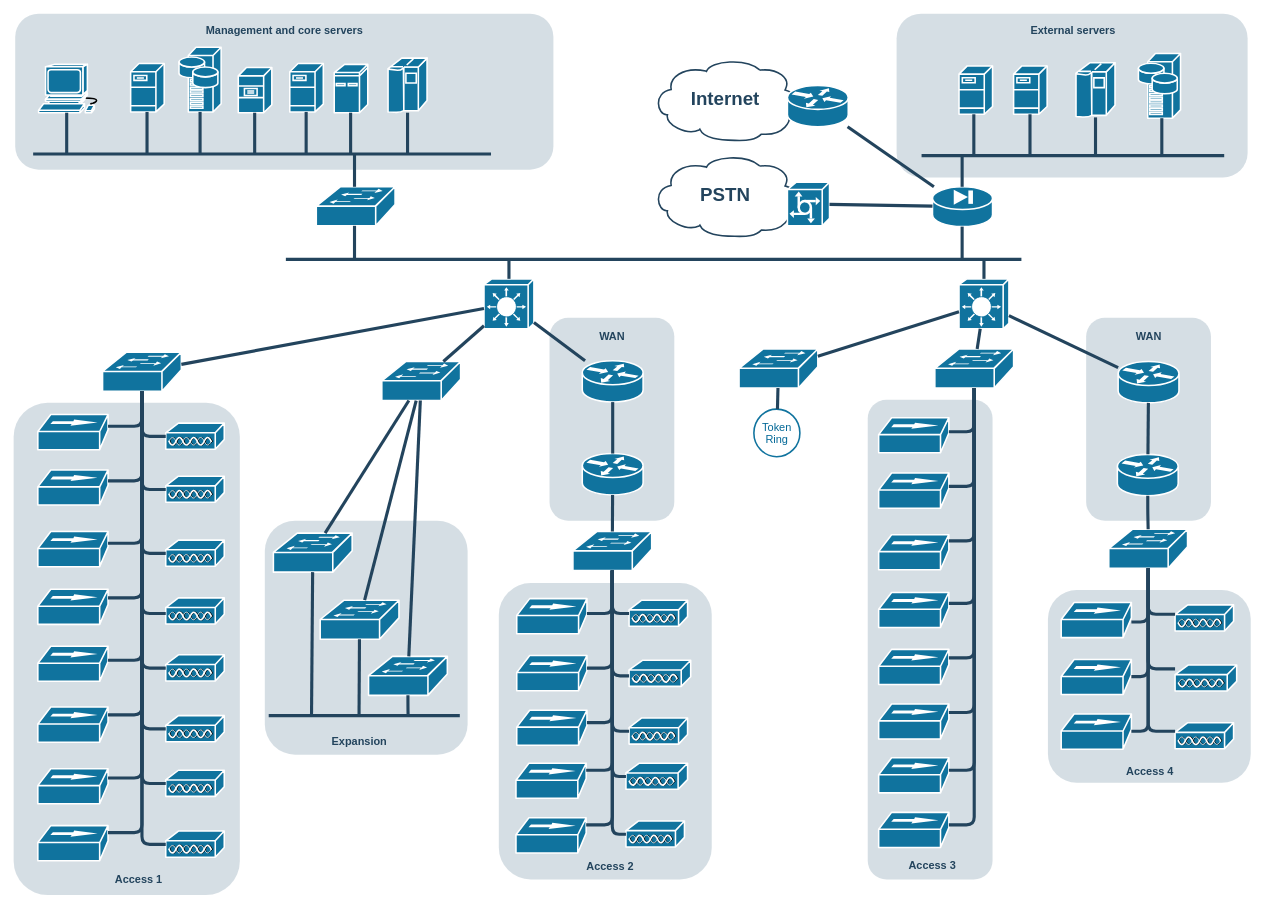
The draw.io diagram Untitled Diagram.drawio in jjcs227/jjcs, before the edit. Source tidied: cells renumbered, new cells numbered last; positions are measured from the earlier drawing's top-left corner, leaving out a move shared by most shapes. Both pictures are drawn from the tidied source at 78%, with x=0, y=0 at pixel (13, 13).
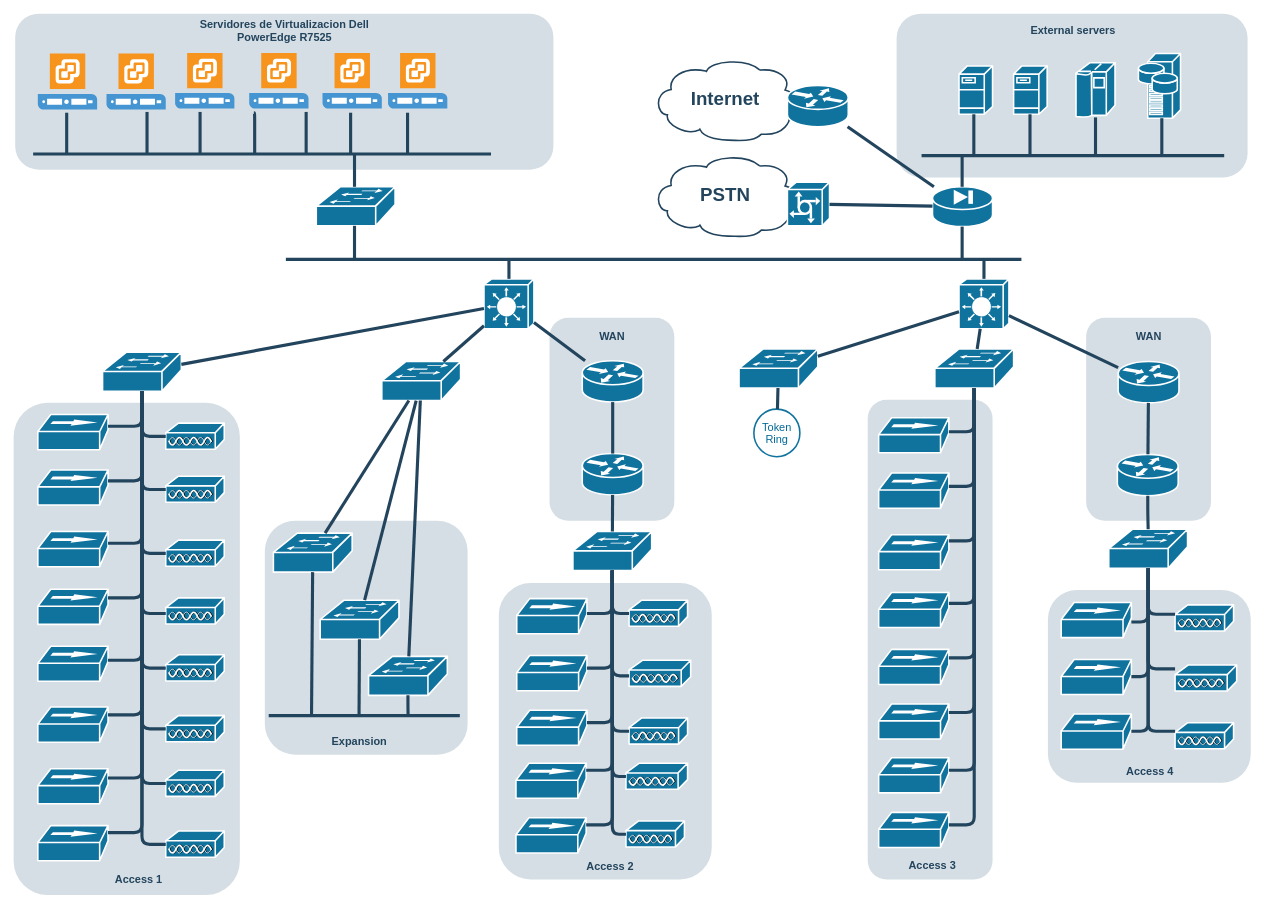
The same page after the edit.

Change to the diagram source:
```diff
@@
-    <mxCell id="12" style="shape=mxgraph.cisco.computers_and_peripherals.workstation;html=1;dashed=0;fillColor=#10739E;strokeColor=#ffffff;strokeWidth=2;verticalLabelPosition=bottom;verticalAlign=top;fontFamily=Helvetica;fontSize=36;fontColor=#FFB366;" parent="1" vertex="1">
-      <mxGeometry x="32" y="65" width="83" height="62" as="geometry" />
-    </mxCell>
-    <mxCell id="13" style="shape=mxgraph.cisco.servers.fileserver;html=1;dashed=0;fillColor=#10739E;strokeColor=#ffffff;strokeWidth=2;verticalLabelPosition=bottom;verticalAlign=top;fontFamily=Helvetica;fontSize=36;fontColor=#FFB366;" parent="1" vertex="1">
-      <mxGeometry x="150" y="64" width="43" height="62" as="geometry" />
-    </mxCell>
-    <mxCell id="14" style="shape=mxgraph.cisco.servers.fileserver;html=1;dashed=0;fillColor=#10739E;strokeColor=#ffffff;strokeWidth=2;verticalLabelPosition=bottom;verticalAlign=top;fontFamily=Helvetica;fontSize=36;fontColor=#FFB366;" parent="1" vertex="1">
-      <mxGeometry x="354" y="64" width="43" height="62" as="geometry" />
-    </mxCell>
-    <mxCell id="15" style="shape=mxgraph.cisco.servers.file_server;html=1;dashed=0;fillColor=#10739E;strokeColor=#ffffff;strokeWidth=2;verticalLabelPosition=bottom;verticalAlign=top;fontFamily=Helvetica;fontSize=36;fontColor=#FFB366;" parent="1" vertex="1">
-      <mxGeometry x="288" y="69" width="43" height="58" as="geometry" />
-    </mxCell>
-    <mxCell id="16" style="shape=mxgraph.cisco.servers.storage_server;html=1;dashed=0;fillColor=#10739E;strokeColor=#ffffff;strokeWidth=2;verticalLabelPosition=bottom;verticalAlign=top;fontFamily=Helvetica;fontSize=36;fontColor=#FFB366;" parent="1" vertex="1">
-      <mxGeometry x="212" y="43" width="54" height="83" as="geometry" />
-    </mxCell>
-    <mxCell id="17" style="shape=mxgraph.cisco.computers_and_peripherals.ibm_mini_as400;html=1;dashed=0;fillColor=#10739E;strokeColor=#ffffff;strokeWidth=2;verticalLabelPosition=bottom;verticalAlign=top;fontFamily=Helvetica;fontSize=36;fontColor=#FFB366;" parent="1" vertex="1">
-      <mxGeometry x="411" y="65" width="43" height="62" as="geometry" />
-    </mxCell>
-    <mxCell id="18" style="shape=mxgraph.cisco.computers_and_peripherals.ibm_mainframe;html=1;dashed=0;fillColor=#10739E;strokeColor=#ffffff;strokeWidth=2;verticalLabelPosition=bottom;verticalAlign=top;fontFamily=Helvetica;fontSize=36;fontColor=#FFB366;" parent="1" vertex="1">
-      <mxGeometry x="480" y="57" width="50" height="70" as="geometry" />
-    </mxCell>
@@
-    <mxCell id="71" style="edgeStyle=elbowEdgeStyle;elbow=horizontal;endArrow=none;html=1;strokeColor=#23445D;endFill=0;strokeWidth=4;rounded=1;" parent="1" edge="1" target="18">
+    <mxCell id="71" style="edgeStyle=elbowEdgeStyle;elbow=horizontal;endArrow=none;html=1;strokeColor=#23445D;endFill=0;strokeWidth=4;rounded=1;" parent="1" edge="1">
       <mxGeometry relative="1" as="geometry">
         <mxPoint x="505" y="180" as="sourcePoint" />
+        <mxPoint x="505.8" y="127" as="targetPoint" />
       </mxGeometry>
     </mxCell>
-    <mxCell id="72" style="edgeStyle=elbowEdgeStyle;elbow=horizontal;endArrow=none;html=1;strokeColor=#23445D;endFill=0;strokeWidth=4;rounded=1;" parent="1" edge="1" target="17">
+    <mxCell id="72" style="edgeStyle=elbowEdgeStyle;elbow=horizontal;endArrow=none;html=1;strokeColor=#23445D;endFill=0;strokeWidth=4;rounded=1;" parent="1" edge="1">
       <mxGeometry relative="1" as="geometry">
         <mxPoint x="432" y="180" as="sourcePoint" />
+        <mxPoint x="432.4" y="127" as="targetPoint" />
       </mxGeometry>
     </mxCell>
-    <mxCell id="73" style="edgeStyle=elbowEdgeStyle;elbow=horizontal;endArrow=none;html=1;strokeColor=#23445D;endFill=0;strokeWidth=4;rounded=1;" parent="1" edge="1" target="14">
+    <mxCell id="73" style="edgeStyle=elbowEdgeStyle;elbow=horizontal;endArrow=none;html=1;strokeColor=#23445D;endFill=0;strokeWidth=4;rounded=1;" parent="1" edge="1">
       <mxGeometry relative="1" as="geometry">
         <mxPoint x="375" y="179" as="sourcePoint" />
+        <mxPoint x="374.7" y="126" as="targetPoint" />
       </mxGeometry>
     </mxCell>
-    <mxCell id="74" style="edgeStyle=elbowEdgeStyle;elbow=horizontal;endArrow=none;html=1;strokeColor=#23445D;endFill=0;strokeWidth=4;rounded=1;" parent="1" edge="1" target="15">
+    <mxCell id="74" style="edgeStyle=elbowEdgeStyle;elbow=horizontal;endArrow=none;html=1;strokeColor=#23445D;endFill=0;strokeWidth=4;rounded=1;" parent="1" edge="1">
       <mxGeometry relative="1" as="geometry">
         <mxPoint x="309" y="180" as="sourcePoint" />
+        <mxPoint x="308" y="127" as="targetPoint" />
       </mxGeometry>
     </mxCell>
-    <mxCell id="75" style="edgeStyle=elbowEdgeStyle;elbow=horizontal;endArrow=none;html=1;strokeColor=#23445D;endFill=0;strokeWidth=4;rounded=1;" parent="1" edge="1" target="16">
+    <mxCell id="75" style="edgeStyle=elbowEdgeStyle;elbow=horizontal;endArrow=none;html=1;strokeColor=#23445D;endFill=0;strokeWidth=4;rounded=1;" parent="1" edge="1">
       <mxGeometry relative="1" as="geometry">
         <mxPoint x="239" y="180" as="sourcePoint" />
+        <mxPoint x="239.1" y="126" as="targetPoint" />
       </mxGeometry>
     </mxCell>
-    <mxCell id="76" style="edgeStyle=elbowEdgeStyle;elbow=horizontal;endArrow=none;html=1;strokeColor=#23445D;endFill=0;strokeWidth=4;rounded=1;" parent="1" edge="1" target="13">
+    <mxCell id="76" style="edgeStyle=elbowEdgeStyle;elbow=horizontal;endArrow=none;html=1;strokeColor=#23445D;endFill=0;strokeWidth=4;rounded=1;" parent="1" edge="1">
       <mxGeometry relative="1" as="geometry">
         <mxPoint x="171" y="180" as="sourcePoint" />
+        <mxPoint x="170.2" y="126" as="targetPoint" />
       </mxGeometry>
     </mxCell>
-    <mxCell id="77" style="edgeStyle=elbowEdgeStyle;elbow=horizontal;endArrow=none;html=1;strokeColor=#23445D;endFill=0;strokeWidth=4;rounded=1;" parent="1" edge="1" target="12">
+    <mxCell id="77" style="edgeStyle=elbowEdgeStyle;elbow=horizontal;endArrow=none;html=1;strokeColor=#23445D;endFill=0;strokeWidth=4;rounded=1;" parent="1" edge="1">
       <mxGeometry relative="1" as="geometry">
         <mxPoint x="68" y="180" as="sourcePoint" />
+        <mxPoint x="68" y="127" as="targetPoint" />
       </mxGeometry>
     </mxCell>
@@
-    <mxCell id="142" value="&lt;font color=&quot;#23445d&quot;&gt;Management and core servers&lt;/font&gt;" style="rounded=1;whiteSpace=wrap;html=1;strokeColor=none;fillColor=none;fontSize=14;fontColor=#742B21;align=center;fontStyle=1;" parent="1" vertex="1">
+    <mxCell id="142" value="&lt;font color=&quot;#23445d&quot;&gt;Servidores de Virtualizacion Dell PowerEdge R7525&lt;br&gt;&lt;/font&gt;" style="rounded=1;whiteSpace=wrap;html=1;strokeColor=none;fillColor=none;fontSize=14;fontColor=#742B21;align=center;fontStyle=1;" parent="1" vertex="1">
       <mxGeometry x="235" y="12" width="225" height="19" as="geometry" />
     </mxCell>
@@
+    <mxCell id="174" style="shadow=0;dashed=0;html=1;strokeColor=none;fillColor=#4495D1;labelPosition=center;verticalLabelPosition=bottom;verticalAlign=top;align=center;shape=mxgraph.veeam.vsphere_server;" parent="1" vertex="1">
+      <mxGeometry x="31" y="51" width="76" height="72" as="geometry" />
+    </mxCell>
+    <mxCell id="175" style="shadow=0;dashed=0;html=1;strokeColor=none;fillColor=#4495D1;labelPosition=center;verticalLabelPosition=bottom;verticalAlign=top;align=center;shape=mxgraph.veeam.vsphere_server;" parent="1" vertex="1">
+      <mxGeometry x="119" y="51" width="76" height="72" as="geometry" />
+    </mxCell>
+    <mxCell id="176" style="shadow=0;dashed=0;html=1;strokeColor=none;fillColor=#4495D1;labelPosition=center;verticalLabelPosition=bottom;verticalAlign=top;align=center;shape=mxgraph.veeam.vsphere_server;" parent="1" vertex="1">
+      <mxGeometry x="207" y="50.5" width="76" height="71" as="geometry" />
+    </mxCell>
+    <mxCell id="177" style="shadow=0;dashed=0;html=1;strokeColor=none;fillColor=#4495D1;labelPosition=center;verticalLabelPosition=bottom;verticalAlign=top;align=center;shape=mxgraph.veeam.vsphere_server;" parent="1" vertex="1">
+      <mxGeometry x="302" y="50.5" width="76" height="71" as="geometry" />
+    </mxCell>
+    <mxCell id="178" style="shadow=0;dashed=0;html=1;strokeColor=none;fillColor=#4495D1;labelPosition=center;verticalLabelPosition=bottom;verticalAlign=top;align=center;shape=mxgraph.veeam.vsphere_server;" parent="1" vertex="1">
+      <mxGeometry x="396" y="50.5" width="76" height="71" as="geometry" />
+    </mxCell>
+    <mxCell id="179" style="shadow=0;dashed=0;html=1;strokeColor=none;fillColor=#4495D1;labelPosition=center;verticalLabelPosition=bottom;verticalAlign=top;align=center;shape=mxgraph.veeam.vsphere_server;" parent="1" vertex="1">
+      <mxGeometry x="480" y="50.5" width="76" height="71" as="geometry" />
+    </mxCell>
```
